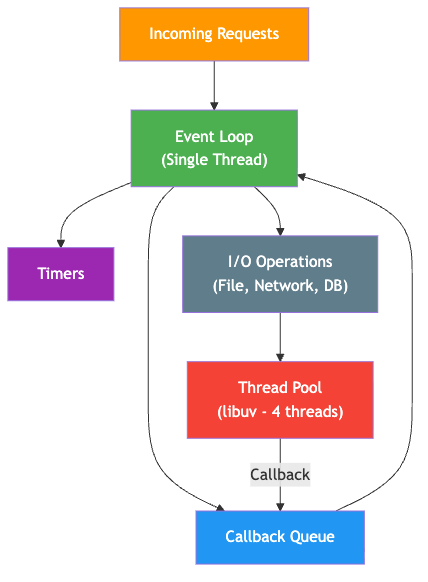
This is presentations/images/node-event-loop.png from krushiraj/spring-boot-demo, a Mermaid export, as it was before one commit. Its source is kept beside it as presentations/images/node-event-loop.mmd. Source of this version:
```mermaid
flowchart TB
    REQ["Incoming Requests"] --> EL["Event Loop<br/>(Single Thread)"]
    EL --> CB["Callback Queue"]
    EL --> TM["Timers"]
    EL --> IO["I/O Operations<br/>(File, Network, DB)"]
    IO --> TP["Thread Pool<br/>(libuv - 4 threads)"]
    TP -->|"Callback"| CB
    CB --> EL
    style REQ fill:#FF9800,color:#fff
    style EL fill:#4CAF50,color:#fff
    style CB fill:#2196F3,color:#fff
    style TM fill:#9C27B0,color:#fff
    style IO fill:#607D8B,color:#fff
    style TP fill:#f44336,color:#fff
```
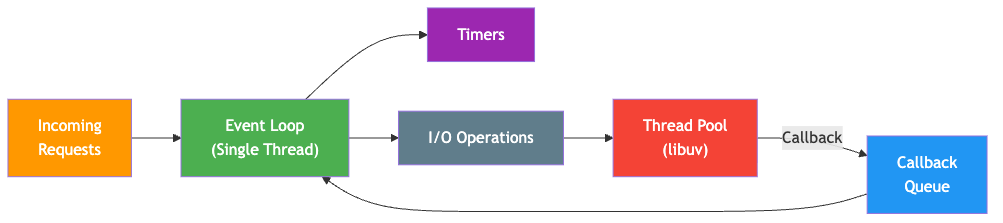
Above is the later version.

Commit message:
fix slide 4 - horizontal event loop diagram

Diff of the diagram source:
```diff
@@ -1,10 +1,9 @@
-flowchart TB
-    REQ["Incoming Requests"] --> EL["Event Loop<br/>(Single Thread)"]
-    EL --> CB["Callback Queue"]
+flowchart LR
+    REQ["Incoming\nRequests"] --> EL["Event Loop\n(Single Thread)"]
     EL --> TM["Timers"]
-    EL --> IO["I/O Operations<br/>(File, Network, DB)"]
-    IO --> TP["Thread Pool<br/>(libuv - 4 threads)"]
-    TP -->|"Callback"| CB
+    EL --> IO["I/O Operations"]
+    IO --> TP["Thread Pool\n(libuv)"]
+    TP -->|"Callback"| CB["Callback\nQueue"]
     CB --> EL
     style REQ fill:#FF9800,color:#fff
     style EL fill:#4CAF50,color:#fff
```
